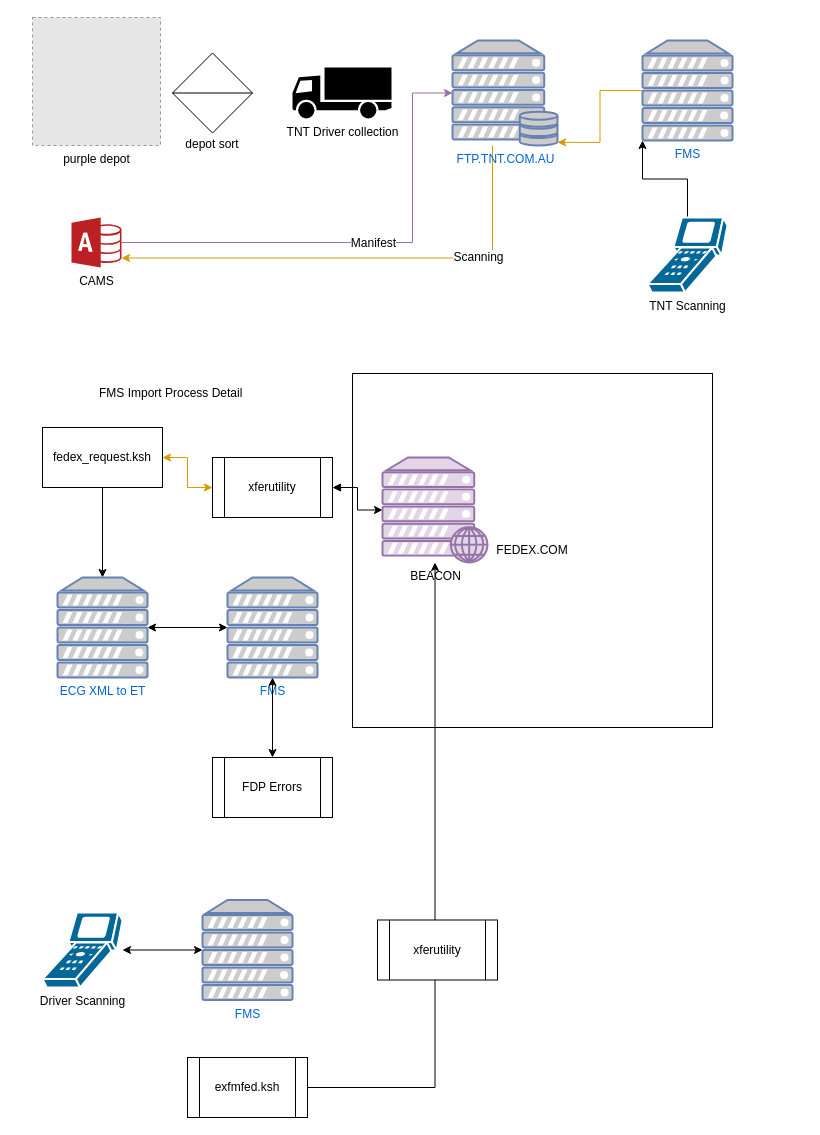
mattybee/WorkPrjs keeps this draw.io diagram as Untitled Diagram.drawio. Above is the earlier version. Source tidied: cells renumbered, new cells numbered last; positions are measured from the earlier drawing's top-left corner, leaving out a move shared by most shapes. Both pictures are drawn from the tidied source at 100%, with x=0, y=0 at pixel (32, 17). Pictures stored in the file or linked from it are replaced by grey dashed boxes.
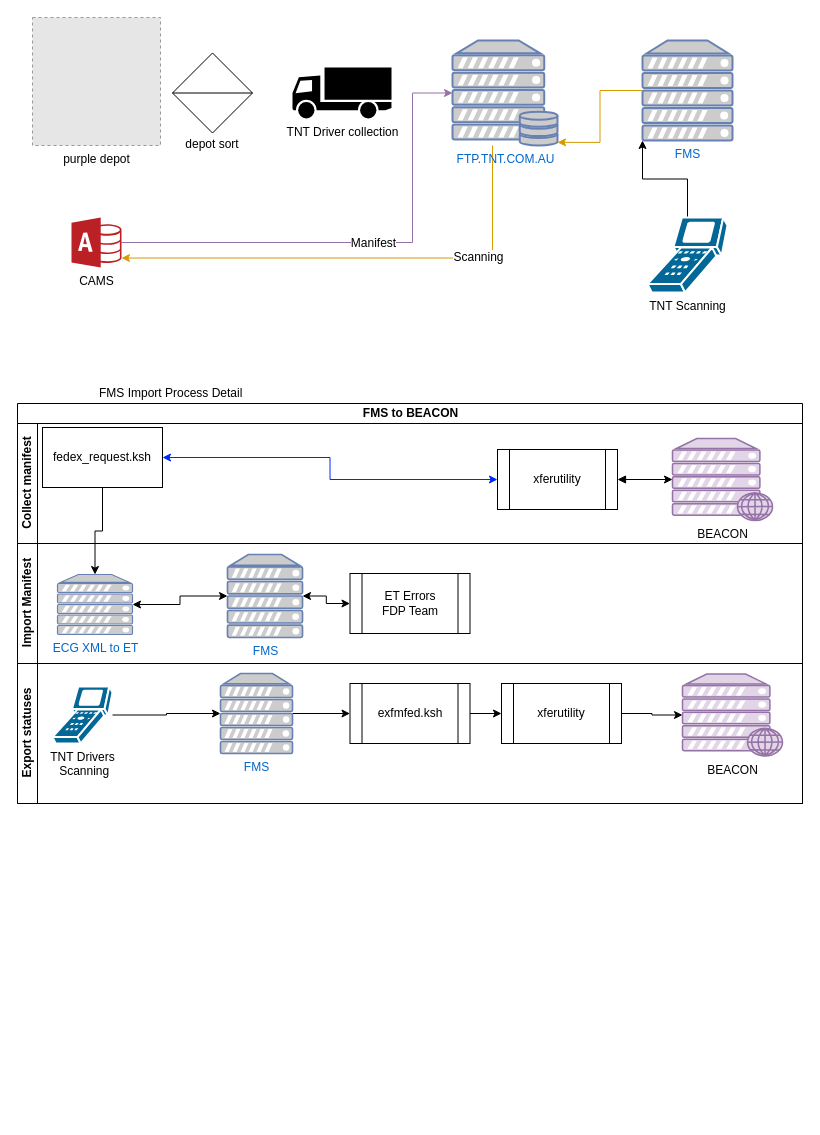
After the change.

The change refers to these unchanged cells:
```xml
<mxCell id="19" value="fedex_request.ksh" style="rounded=0;whiteSpace=wrap;html=1;" parent="1" vertex="1">
  <mxGeometry x="10" y="410" width="120" height="60" as="geometry" />
</mxCell>
```

Diff of the diagram source:
```diff
@@
-    <mxCell id="2" value="&lt;p style=&quot;line-height: 80%&quot;&gt;FEDEX.COM&lt;/p&gt;" style="rounded=0;whiteSpace=wrap;html=1;" parent="1" vertex="1">
-      <mxGeometry x="320" y="356" width="360" height="354" as="geometry" />
-    </mxCell>
@@
-    <mxCell id="17" style="edgeStyle=orthogonalEdgeStyle;rounded=0;jettySize=auto;html=1;fillColor=#ffe6cc;strokeColor=#d79b00;startArrow=classic;startFill=1;" parent="1" edge="1" source="19" target="21">
+    <mxCell id="17" style="edgeStyle=orthogonalEdgeStyle;rounded=0;jettySize=auto;html=1;fillColor=#0050ef;strokeColor=#0027FC;startArrow=classic;startFill=1;" parent="1" edge="1" source="19" target="21">
       <mxGeometry relative="1" as="geometry" />
     </mxCell>
@@
-    <mxCell id="20" style="edgeStyle=orthogonalEdgeStyle;rounded=0;jettySize=auto;html=1;startArrow=block;startFill=1;" parent="1" edge="1" source="21" target="22">
-      <mxGeometry relative="1" as="geometry" />
-    </mxCell>
-    <mxCell id="21" value="xferutility" style="shape=process;whiteSpace=wrap;html=1;backgroundOutline=1;" parent="1" vertex="1">
-      <mxGeometry x="180" y="440" width="120" height="60" as="geometry" />
-    </mxCell>
-    <mxCell id="22" value="BEACON" style="verticalAlign=top;verticalLabelPosition=bottom;labelPosition=center;align=center;html=1;outlineConnect=0;fillColor=#e1d5e7;strokeColor=#9673a6;gradientDirection=north;strokeWidth=2;shape=mxgraph.networks.web_server;" parent="1" vertex="1">
-      <mxGeometry x="350" y="440" width="105" height="105" as="geometry" />
-    </mxCell>
@@
     <mxCell id="24" value="ECG XML to ET" style="fontColor=#0066CC;verticalAlign=top;verticalLabelPosition=bottom;labelPosition=center;align=center;html=1;outlineConnect=0;fillColor=#CCCCCC;strokeColor=#6881B3;gradientColor=none;gradientDirection=north;strokeWidth=2;shape=mxgraph.networks.server;" parent="1" vertex="1">
-      <mxGeometry x="25" y="560" width="90" height="100" as="geometry" />
+      <mxGeometry x="25" y="557" width="75" height="60" as="geometry" />
     </mxCell>
     <mxCell id="25" value="FMS" style="fontColor=#0066CC;verticalAlign=top;verticalLabelPosition=bottom;labelPosition=center;align=center;html=1;outlineConnect=0;fillColor=#CCCCCC;strokeColor=#6881B3;gradientColor=none;gradientDirection=north;strokeWidth=2;shape=mxgraph.networks.server;" parent="1" vertex="1">
-      <mxGeometry x="195" y="560" width="90" height="100" as="geometry" />
+      <mxGeometry x="195" y="537" width="75" height="83" as="geometry" />
     </mxCell>
@@
+    <mxCell id="34" value="FMS to BEACON" style="swimlane;html=1;horizontal=1;startSize=20;" parent="1" vertex="1">
+      <mxGeometry x="-15" y="386" width="785" height="400" as="geometry" />
+    </mxCell>
+    <mxCell id="35" value="Collect manifest&lt;br&gt;" style="swimlane;html=1;startSize=20;horizontal=0;" parent="34" vertex="1">
+      <mxGeometry y="20" width="785" height="120" as="geometry" />
+    </mxCell>
+    <mxCell id="22" value="BEACON" style="verticalAlign=top;verticalLabelPosition=bottom;labelPosition=center;align=center;html=1;outlineConnect=0;fillColor=#e1d5e7;strokeColor=#9673a6;gradientDirection=north;strokeWidth=2;shape=mxgraph.networks.web_server;" parent="35" vertex="1">
+      <mxGeometry x="655" y="15" width="100" height="82" as="geometry" />
+    </mxCell>
+    <mxCell id="21" value="xferutility" style="shape=process;whiteSpace=wrap;html=1;backgroundOutline=1;" parent="35" vertex="1">
+      <mxGeometry x="480" y="26" width="120" height="60" as="geometry" />
+    </mxCell>
+    <mxCell id="20" style="edgeStyle=orthogonalEdgeStyle;rounded=0;jettySize=auto;html=1;startArrow=block;startFill=1;" parent="35" edge="1" source="21" target="22">
+      <mxGeometry relative="1" as="geometry" />
+    </mxCell>
+    <mxCell id="36" value="Import Manifest" style="swimlane;html=1;startSize=20;horizontal=0;" parent="34" vertex="1">
+      <mxGeometry y="140" width="785" height="120" as="geometry" />
+    </mxCell>
-    <mxCell id="27" value="FDP Errors" style="shape=process;whiteSpace=wrap;html=1;backgroundOutline=1;" parent="1" vertex="1">
-      <mxGeometry x="180" y="740" width="120" height="60" as="geometry" />
+    <mxCell id="27" value="ET Errors&lt;br&gt;FDP Team&lt;br&gt;" style="shape=process;whiteSpace=wrap;html=1;backgroundOutline=1;" parent="36" vertex="1">
+      <mxGeometry x="332.5" y="30" width="120" height="60" as="geometry" />
     </mxCell>
+    <mxCell id="37" value="Export statuses&lt;br&gt;" style="swimlane;html=1;startSize=20;horizontal=0;" parent="34" vertex="1">
+      <mxGeometry y="260" width="785" height="140" as="geometry" />
+    </mxCell>
+    <mxCell id="29" value="TNT Drivers&lt;br&gt;&amp;nbsp;Scanning" style="shape=mxgraph.cisco.computers_and_peripherals.scanner;html=1;dashed=0;fillColor=#036897;strokeColor=#ffffff;strokeWidth=2;verticalLabelPosition=bottom;verticalAlign=top;" parent="37" vertex="1">
+      <mxGeometry x="35" y="23" width="60" height="57" as="geometry" />
+    </mxCell>
+    <mxCell id="38" style="edgeStyle=orthogonalEdgeStyle;rounded=0;jettySize=auto;html=1;entryX=0;entryY=0.5;entryDx=0;entryDy=0;startArrow=none;startFill=0;" parent="37" edge="1" source="30" target="32">
+      <mxGeometry relative="1" as="geometry" />
+    </mxCell>
+    <mxCell id="30" value="FMS" style="fontColor=#0066CC;verticalAlign=top;verticalLabelPosition=bottom;labelPosition=center;align=center;html=1;outlineConnect=0;fillColor=#CCCCCC;strokeColor=#6881B3;gradientColor=none;gradientDirection=north;strokeWidth=2;shape=mxgraph.networks.server;" parent="37" vertex="1">
+      <mxGeometry x="203" y="10" width="72" height="80" as="geometry" />
+    </mxCell>
+    <mxCell id="39" style="edgeStyle=orthogonalEdgeStyle;rounded=0;jettySize=auto;html=1;entryX=0;entryY=0.5;entryDx=0;entryDy=0;entryPerimeter=0;startArrow=none;startFill=0;" parent="37" edge="1" source="33" target="41">
+      <mxGeometry relative="1" as="geometry" />
+    </mxCell>
+    <mxCell id="33" value="xferutility" style="shape=process;whiteSpace=wrap;html=1;backgroundOutline=1;" parent="37" vertex="1">
+      <mxGeometry x="484" y="20" width="120" height="60" as="geometry" />
+    </mxCell>
+    <mxCell id="40" style="edgeStyle=orthogonalEdgeStyle;rounded=0;jettySize=auto;html=1;startArrow=none;startFill=0;" parent="37" edge="1" source="32" target="33">
+      <mxGeometry relative="1" as="geometry" />
+    </mxCell>
+    <mxCell id="32" value="exfmfed.ksh" style="shape=process;whiteSpace=wrap;html=1;backgroundOutline=1;" parent="37" vertex="1">
+      <mxGeometry x="332.5" y="20" width="120" height="60" as="geometry" />
+    </mxCell>
-    <mxCell id="28" style="edgeStyle=orthogonalEdgeStyle;rounded=0;jettySize=auto;html=1;startArrow=classic;startFill=1;" parent="1" edge="1" source="29">
-      <mxGeometry relative="1" as="geometry">
-        <mxPoint x="170" y="932.5" as="targetPoint" />
-      </mxGeometry>
+    <mxCell id="28" style="edgeStyle=orthogonalEdgeStyle;rounded=0;jettySize=auto;html=1;startArrow=none;startFill=0;entryX=0;entryY=0.5;entryDx=0;entryDy=0;entryPerimeter=0;" parent="37" edge="1" source="29" target="30">
+      <mxGeometry relative="1" as="geometry" />
     </mxCell>
-    <mxCell id="29" value="Driver Scanning" style="shape=mxgraph.cisco.computers_and_peripherals.scanner;html=1;dashed=0;fillColor=#036897;strokeColor=#ffffff;strokeWidth=2;verticalLabelPosition=bottom;verticalAlign=top;" parent="1" vertex="1">
-      <mxGeometry x="10" y="895" width="80" height="75" as="geometry" />
-    </mxCell>
-    <mxCell id="30" value="FMS" style="fontColor=#0066CC;verticalAlign=top;verticalLabelPosition=bottom;labelPosition=center;align=center;html=1;outlineConnect=0;fillColor=#CCCCCC;strokeColor=#6881B3;gradientColor=none;gradientDirection=north;strokeWidth=2;shape=mxgraph.networks.server;" parent="1" vertex="1">
-      <mxGeometry x="170" y="882.5" width="90" height="100" as="geometry" />
-    </mxCell>
-    <mxCell id="31" style="edgeStyle=orthogonalEdgeStyle;rounded=0;jettySize=auto;html=1;startArrow=none;startFill=0;" parent="1" edge="1" source="32" target="22">
-      <mxGeometry relative="1" as="geometry" />
-    </mxCell>
-    <mxCell id="32" value="exfmfed.ksh" style="shape=process;whiteSpace=wrap;html=1;backgroundOutline=1;" parent="1" vertex="1">
-      <mxGeometry x="155" y="1040" width="120" height="60" as="geometry" />
-    </mxCell>
-    <mxCell id="33" value="xferutility" style="shape=process;whiteSpace=wrap;html=1;backgroundOutline=1;" parent="1" vertex="1">
-      <mxGeometry x="345" y="902.5" width="120" height="60" as="geometry" />
-    </mxCell>
+    <mxCell id="41" value="BEACON" style="verticalAlign=top;verticalLabelPosition=bottom;labelPosition=center;align=center;html=1;outlineConnect=0;fillColor=#e1d5e7;strokeColor=#9673a6;gradientDirection=north;strokeWidth=2;shape=mxgraph.networks.web_server;" parent="37" vertex="1">
+      <mxGeometry x="665" y="10.5" width="100" height="82" as="geometry" />
+    </mxCell>
```
